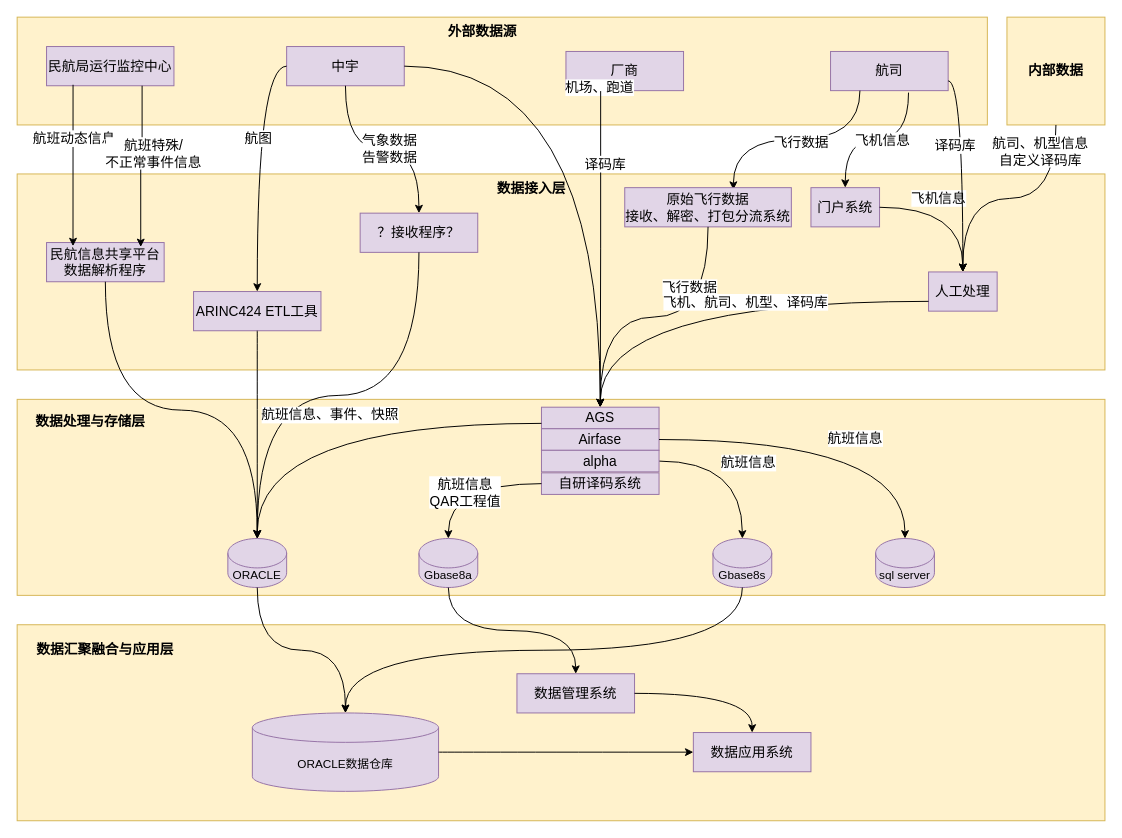
Earlier version of the draw.io diagram 航科院数仓数据流图.drawio (mnzn/draw.io). Source tidied: cells renumbered, new cells numbered last; positions are measured from the earlier drawing's top-left corner, leaving out a move shared by most shapes. Both pictures are drawn from the tidied source at 98%, with x=0, y=0 at pixel (17, 17).
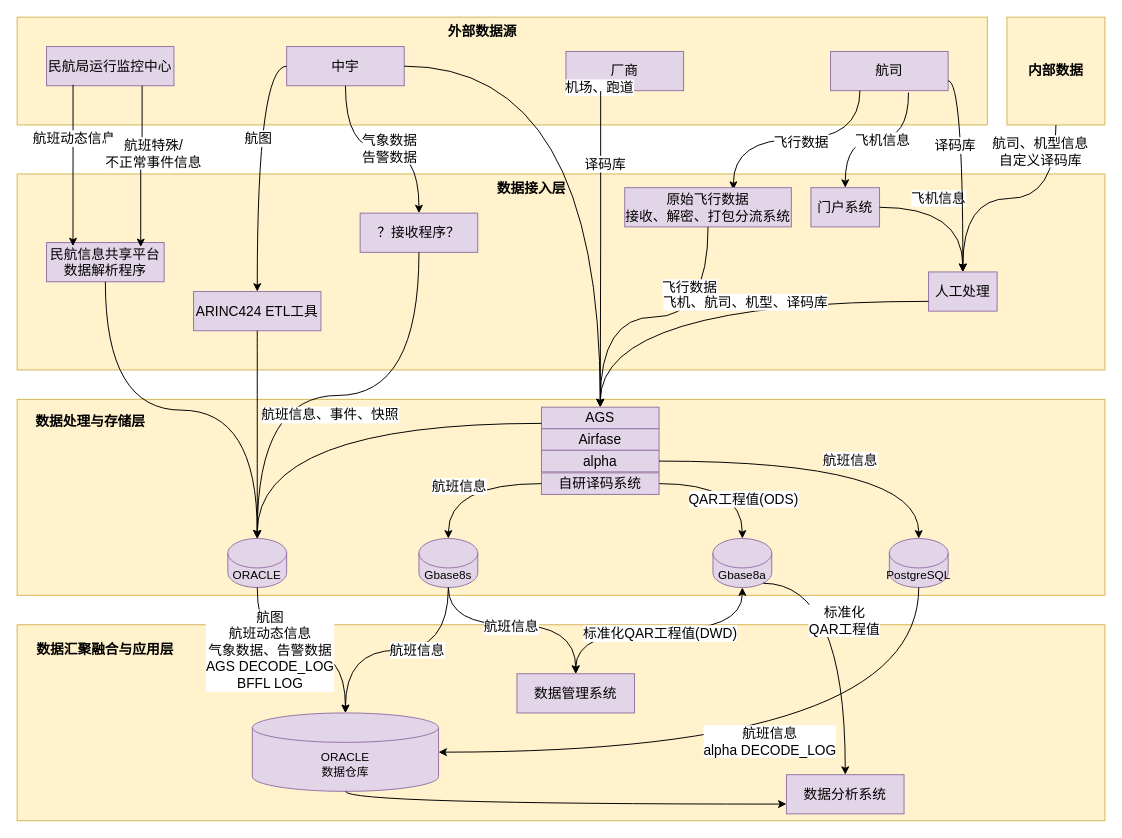
The same diagram, later.

Commit message:
更新航科院数仓数据流图.drawio

The change refers to these unchanged cells:
```xml
<mxCell id="57" value="&lt;font style=&quot;font-size: 14px;&quot;&gt;Airfase&lt;/font&gt;" style="rounded=0;whiteSpace=wrap;html=1;fillColor=#e1d5e7;strokeColor=#9673a6;" parent="1" vertex="1">
  <mxGeometry x="535" y="420" width="120" height="22" as="geometry" />
</mxCell>
<mxCell id="58" value="&lt;font style=&quot;font-size: 14px;&quot;&gt;alpha&lt;/font&gt;" style="rounded=0;whiteSpace=wrap;html=1;fillColor=#e1d5e7;strokeColor=#9673a6;" parent="1" vertex="1">
  <mxGeometry x="535" y="442" width="120" height="22" as="geometry" />
</mxCell>
<mxCell id="59" value="&lt;span style=&quot;font-size: 14px;&quot;&gt;自研译码系统&lt;/span&gt;" style="rounded=0;whiteSpace=wrap;html=1;fillColor=#e1d5e7;strokeColor=#9673a6;" parent="1" vertex="1">
  <mxGeometry x="535" y="465" width="120" height="22" as="geometry" />
</mxCell>
<mxCell id="60" style="curved=1;curveGeometry=1;endArrow=classic;html=1;rounded=0;defaultLabelBackgroundColor=page;exitX=0;exitY=0.5;exitDx=0;exitDy=0;entryX=0.5;entryY=0;entryDx=0;entryDy=0;entryPerimeter=0;edgeStyle=orthogonalEdgeStyle;" parent="1" edge="1" source="59" target="48">
  <mxGeometry x="0.14" relative="1" as="geometry" />
</mxCell>
<mxCell id="68" value="&lt;span style=&quot;font-size: 14px;&quot;&gt;数据管理系统&lt;/span&gt;" style="rounded=0;whiteSpace=wrap;html=1;fillColor=#e1d5e7;strokeColor=#9673a6;" parent="1" vertex="1">
  <mxGeometry x="510" y="670" width="120" height="40" as="geometry" />
</mxCell>
<mxCell id="69" style="curved=1;curveGeometry=1;endArrow=classic;html=1;rounded=0;defaultLabelBackgroundColor=page;exitX=0.5;exitY=1;exitDx=0;exitDy=0;exitPerimeter=0;entryX=0.5;entryY=0;entryDx=0;entryDy=0;entryPerimeter=0;edgeStyle=orthogonalEdgeStyle;" parent="1" edge="1" source="47" target="67">
  <mxGeometry x="-0.02" relative="1" as="geometry" />
</mxCell>
```

What changed in the source:
```diff
@@
-    <mxCell id="48" value="Gbase8a" style="shape=cylinder3;whiteSpace=wrap;html=1;boundedLbl=1;backgroundOutline=1;size=15;fillColor=#e1d5e7;strokeColor=#9673a6;" parent="1" vertex="1">
+    <mxCell id="48" value="Gbase8s" style="shape=cylinder3;whiteSpace=wrap;html=1;boundedLbl=1;backgroundOutline=1;size=15;fillColor=#e1d5e7;strokeColor=#9673a6;" parent="1" vertex="1">
       <mxGeometry x="410" y="532" width="60" height="50" as="geometry" />
     </mxCell>
-    <mxCell id="49" value="Gbase8s" style="shape=cylinder3;whiteSpace=wrap;html=1;boundedLbl=1;backgroundOutline=1;size=15;fillColor=#e1d5e7;strokeColor=#9673a6;" parent="1" vertex="1">
+    <mxCell id="49" value="Gbase8a" style="shape=cylinder3;whiteSpace=wrap;html=1;boundedLbl=1;backgroundOutline=1;size=15;fillColor=#e1d5e7;strokeColor=#9673a6;" parent="1" vertex="1">
       <mxGeometry x="710" y="532" width="60" height="50" as="geometry" />
     </mxCell>
@@
-    <mxCell id="55" style="curved=1;curveGeometry=1;endArrow=classic;html=1;rounded=0;defaultLabelBackgroundColor=page;exitX=1;exitY=0.5;exitDx=0;exitDy=0;entryX=0.5;entryY=0;entryDx=0;entryDy=0;entryPerimeter=0;edgeStyle=orthogonalEdgeStyle;" parent="1" edge="1" source="58" target="49">
+    <mxCell id="55" style="curved=1;curveGeometry=1;endArrow=classic;html=1;rounded=0;defaultLabelBackgroundColor=page;entryX=0.5;entryY=0;entryDx=0;entryDy=0;entryPerimeter=0;edgeStyle=orthogonalEdgeStyle;exitX=1;exitY=0.5;exitDx=0;exitDy=0;" parent="1" edge="1" source="59" target="49">
       <mxGeometry x="-0.37" relative="1" as="geometry" />
     </mxCell>
-    <mxCell id="56" value="&lt;span style=&quot;font-size: 14px;&quot;&gt;航班信息&lt;/span&gt;" style="edgeLabel;html=1;align=center;verticalAlign=middle;inheritText=1;defaultLabelBackgroundColor=page;" parent="55" vertex="1">
-      <mxGeometry x="0.04" y="5" relative="1" as="geometry">
-        <mxPoint y="1" as="offset" />
-      </mxGeometry>
-    </mxCell>
+    <mxCell id="75" value="&lt;span style=&quot;font-size: 14px;&quot;&gt;QAR工程值(ODS)&lt;/span&gt;" style="edgeLabel;html=1;align=center;verticalAlign=middle;inheritText=1;defaultLabelBackgroundColor=page;" parent="55" vertex="1">
+      <mxGeometry x="0.46" y="-1" relative="1" as="geometry">
+        <mxPoint x="1" y="-3" as="offset" />
+      </mxGeometry>
+    </mxCell>
@@
-    <mxCell id="61" value="&lt;font style=&quot;font-size: 14px;&quot;&gt;航班信息&lt;/font&gt;&lt;div&gt;&lt;font style=&quot;font-size: 14px;&quot;&gt;QAR工程值&lt;/font&gt;&lt;/div&gt;" style="edgeLabel;html=1;align=center;verticalAlign=middle;inheritText=1;defaultLabelBackgroundColor=page;" parent="60" vertex="1">
-      <mxGeometry x="0.66" y="1" relative="1" as="geometry">
-        <mxPoint x="15" y="-22" as="offset" />
-      </mxGeometry>
-    </mxCell>
+    <mxCell id="76" value="&lt;span style=&quot;font-size: 14px;&quot;&gt;航班信息&lt;/span&gt;" style="edgeLabel;html=1;align=center;verticalAlign=middle;inheritText=1;defaultLabelBackgroundColor=page;" parent="60" vertex="1">
+      <mxGeometry x="0.14" y="2" relative="1" as="geometry">
+        <mxPoint x="1" as="offset" />
+      </mxGeometry>
+    </mxCell>
-    <mxCell id="62" value="sql server" style="shape=cylinder3;whiteSpace=wrap;html=1;boundedLbl=1;backgroundOutline=1;size=15;fillColor=#e1d5e7;strokeColor=#9673a6;" parent="1" vertex="1">
-      <mxGeometry x="876" y="532" width="60" height="50" as="geometry" />
+    <mxCell id="62" value="PostgreSQL" style="shape=cylinder3;whiteSpace=wrap;html=1;boundedLbl=1;backgroundOutline=1;size=15;fillColor=#e1d5e7;strokeColor=#9673a6;" parent="1" vertex="1">
+      <mxGeometry x="890" y="532" width="60" height="50" as="geometry" />
     </mxCell>
-    <mxCell id="63" style="curved=1;curveGeometry=1;endArrow=classic;html=1;rounded=0;defaultLabelBackgroundColor=page;exitX=1;exitY=0.5;exitDx=0;exitDy=0;entryX=0.5;entryY=0;entryDx=0;entryDy=0;entryPerimeter=0;edgeStyle=orthogonalEdgeStyle;" parent="1" edge="1" source="57" target="62">
+    <mxCell id="63" style="curved=1;curveGeometry=1;endArrow=classic;html=1;rounded=0;defaultLabelBackgroundColor=page;exitX=1;exitY=0.5;exitDx=0;exitDy=0;entryX=0.5;entryY=0;entryDx=0;entryDy=0;entryPerimeter=0;edgeStyle=orthogonalEdgeStyle;" parent="1" edge="1" source="58" target="62">
       <mxGeometry x="-0.29" relative="1" as="geometry" />
     </mxCell>
@@
-    <mxCell id="67" value="ORACLE数据仓库" style="shape=cylinder3;whiteSpace=wrap;html=1;boundedLbl=1;backgroundOutline=1;size=15;fillColor=#e1d5e7;strokeColor=#9673a6;" parent="1" vertex="1">
+    <mxCell id="67" value="ORACLE&lt;div&gt;数据仓库&lt;/div&gt;" style="shape=cylinder3;whiteSpace=wrap;html=1;boundedLbl=1;backgroundOutline=1;size=15;fillColor=#e1d5e7;strokeColor=#9673a6;" parent="1" vertex="1">
       <mxGeometry x="240" y="710" width="190" height="80" as="geometry" />
     </mxCell>
@@
+    <mxCell id="77" value="&lt;div&gt;&lt;span style=&quot;font-size: 14px;&quot;&gt;航图&lt;/span&gt;&lt;/div&gt;&lt;span style=&quot;font-size: 14px;&quot;&gt;航班动态信息&lt;/span&gt;&lt;div&gt;&lt;span style=&quot;font-size: 14px;&quot;&gt;气象数据、告警数据&lt;/span&gt;&lt;/div&gt;&lt;div&gt;&lt;span style=&quot;font-size: 14px;&quot;&gt;AGS DECODE_LOG&lt;/span&gt;&lt;/div&gt;&lt;div&gt;&lt;span style=&quot;font-size: 14px;&quot;&gt;BFFL LOG&lt;/span&gt;&lt;/div&gt;" style="edgeLabel;html=1;align=center;verticalAlign=middle;inheritText=1;defaultLabelBackgroundColor=page;" parent="69" vertex="1">
+      <mxGeometry x="-0.53" y="-1" relative="1" as="geometry">
+        <mxPoint x="13" y="12" as="offset" />
+      </mxGeometry>
+    </mxCell>
-    <mxCell id="70" style="curved=1;curveGeometry=1;endArrow=classic;html=1;rounded=0;defaultLabelBackgroundColor=page;exitX=0.5;exitY=1;exitDx=0;exitDy=0;exitPerimeter=0;entryX=0.5;entryY=0;entryDx=0;entryDy=0;entryPerimeter=0;edgeStyle=orthogonalEdgeStyle;" parent="1" edge="1" source="49" target="67">
+    <mxCell id="70" style="curved=1;curveGeometry=1;endArrow=classic;html=1;rounded=0;defaultLabelBackgroundColor=page;exitX=0.5;exitY=1;exitDx=0;exitDy=0;exitPerimeter=0;entryX=0.5;entryY=0;entryDx=0;entryDy=0;edgeStyle=orthogonalEdgeStyle;startArrow=classic;startFill=1;" parent="1" edge="1" source="49" target="68">
       <mxGeometry x="0.35" relative="1" as="geometry" />
     </mxCell>
-    <mxCell id="71" style="curved=1;curveGeometry=1;endArrow=classic;html=1;rounded=0;defaultLabelBackgroundColor=page;exitX=0.5;exitY=1;exitDx=0;exitDy=0;exitPerimeter=0;entryX=0.5;entryY=0;entryDx=0;entryDy=0;edgeStyle=orthogonalEdgeStyle;" parent="1" edge="1" source="48" target="68">
-      <mxGeometry x="-0.43" relative="1" as="geometry" />
-    </mxCell>
+    <mxCell id="78" value="&lt;span style=&quot;font-size: 14px;&quot;&gt;标准化QAR工程值(DWD)&lt;/span&gt;" style="edgeLabel;html=1;align=center;verticalAlign=middle;inheritText=1;defaultLabelBackgroundColor=page;" parent="70" vertex="1">
+      <mxGeometry y="2" relative="1" as="geometry" />
+    </mxCell>
-    <mxCell id="72" value="&lt;span style=&quot;font-size: 14px;&quot;&gt;数据应用系统&lt;/span&gt;" style="rounded=0;whiteSpace=wrap;html=1;fillColor=#e1d5e7;strokeColor=#9673a6;" parent="1" vertex="1">
-      <mxGeometry x="690" y="730" width="120" height="40" as="geometry" />
+    <mxCell id="72" value="&lt;span style=&quot;font-size: 14px;&quot;&gt;数据分析系统&lt;/span&gt;" style="rounded=0;whiteSpace=wrap;html=1;fillColor=#e1d5e7;strokeColor=#9673a6;" parent="1" vertex="1">
+      <mxGeometry x="785" y="773" width="120" height="40" as="geometry" />
     </mxCell>
-    <mxCell id="73" style="curved=1;curveGeometry=1;endArrow=classic;html=1;rounded=0;defaultLabelBackgroundColor=page;exitX=1;exitY=0.5;exitDx=0;exitDy=0;exitPerimeter=0;entryX=0;entryY=0.5;entryDx=0;entryDy=0;edgeStyle=orthogonalEdgeStyle;" parent="1" edge="1" source="67" target="72">
-      <mxGeometry x="-0.16" relative="1" as="geometry" />
+    <mxCell id="73" style="curved=1;curveGeometry=1;endArrow=classic;html=1;rounded=0;defaultLabelBackgroundColor=page;exitX=0.5;exitY=1;exitDx=0;exitDy=0;exitPerimeter=0;entryX=0;entryY=0.75;entryDx=0;entryDy=0;edgeStyle=orthogonalEdgeStyle;" parent="1" edge="1" source="67" target="72">
+      <mxGeometry x="-0.25" relative="1" as="geometry" />
     </mxCell>
-    <mxCell id="74" style="curved=1;curveGeometry=1;endArrow=classic;html=1;rounded=0;defaultLabelBackgroundColor=page;exitX=1;exitY=0.5;exitDx=0;exitDy=0;entryX=0.5;entryY=0;entryDx=0;entryDy=0;edgeStyle=orthogonalEdgeStyle;" parent="1" edge="1" source="68" target="72">
-      <mxGeometry x="-0.15" relative="1" as="geometry" />
-    </mxCell>
+    <mxCell id="79" style="endArrow=classic;startArrow=none;html=1;rounded=0;defaultLabelBackgroundColor=page;edgeStyle=orthogonalEdgeStyle;curved=1;curveGeometry=1;startFill=0;" parent="1" edge="1" target="68">
+      <mxGeometry relative="1" as="geometry">
+        <mxPoint x="440" y="582" as="sourcePoint" />
+        <Array as="points">
+          <mxPoint x="440" y="620" />
+          <mxPoint x="570" y="620" />
+        </Array>
+      </mxGeometry>
+    </mxCell>
+    <mxCell id="80" value="&lt;span style=&quot;font-size: 14px;&quot;&gt;航班信息&lt;/span&gt;" style="edgeLabel;html=1;align=center;verticalAlign=middle;inheritText=1;defaultLabelBackgroundColor=page;" parent="79" vertex="1">
+      <mxGeometry x="-0.07" y="-1" relative="1" as="geometry" />
+    </mxCell>
+    <mxCell id="81" style="curved=1;curveGeometry=1;endArrow=classic;html=1;rounded=0;defaultLabelBackgroundColor=page;entryX=0.5;entryY=0;entryDx=0;entryDy=0;entryPerimeter=0;edgeStyle=orthogonalEdgeStyle;" parent="1" edge="1" source="48" target="67">
+      <mxGeometry x="-0.16" relative="1" as="geometry" />
+    </mxCell>
+    <mxCell id="82" value="&lt;span style=&quot;font-size: 14px;&quot;&gt;航班信息&lt;/span&gt;" style="edgeLabel;html=1;align=center;verticalAlign=middle;inheritText=1;defaultLabelBackgroundColor=page;" parent="81" vertex="1">
+      <mxGeometry x="-0.16" y="-1" relative="1" as="geometry">
+        <mxPoint x="1" as="offset" />
+      </mxGeometry>
+    </mxCell>
+    <mxCell id="83" style="curved=1;curveGeometry=1;endArrow=classic;html=1;rounded=0;defaultLabelBackgroundColor=page;exitX=0.5;exitY=1;exitDx=0;exitDy=0;exitPerimeter=0;entryX=1;entryY=0.5;entryDx=0;entryDy=0;entryPerimeter=0;edgeStyle=orthogonalEdgeStyle;" parent="1" edge="1" source="62" target="67">
+      <mxGeometry x="-0.33" relative="1" as="geometry" />
+    </mxCell>
+    <mxCell id="84" value="&lt;font style=&quot;font-size: 14px;&quot;&gt;航班信息&lt;/font&gt;&lt;div&gt;&lt;font style=&quot;font-size: 14px;&quot;&gt;alpha DECODE_LOG&lt;/font&gt;&lt;/div&gt;" style="edgeLabel;html=1;align=center;verticalAlign=middle;inheritText=1;defaultLabelBackgroundColor=page;" parent="83" vertex="1">
+      <mxGeometry x="0.05" y="2" relative="1" as="geometry">
+        <mxPoint x="24" y="-14" as="offset" />
+      </mxGeometry>
+    </mxCell>
+    <mxCell id="85" style="curved=1;curveGeometry=1;endArrow=classic;html=1;rounded=0;defaultLabelBackgroundColor=page;exitX=0.855;exitY=1;exitDx=0;exitDy=-4.35;exitPerimeter=0;edgeStyle=orthogonalEdgeStyle;" parent="1" edge="1" source="49" target="72">
+      <mxGeometry x="-0.29" relative="1" as="geometry" />
+    </mxCell>
+    <mxCell id="86" value="&lt;span style=&quot;font-size: 14px;&quot;&gt;标准化&lt;/span&gt;&lt;div&gt;&lt;span style=&quot;font-size: 14px;&quot;&gt;QAR工程值&lt;/span&gt;&lt;/div&gt;" style="edgeLabel;html=1;align=center;verticalAlign=middle;inheritText=1;defaultLabelBackgroundColor=page;" parent="85" vertex="1">
+      <mxGeometry x="-0.05" relative="1" as="geometry">
+        <mxPoint x="-2" y="-11" as="offset" />
+      </mxGeometry>
+    </mxCell>
```
